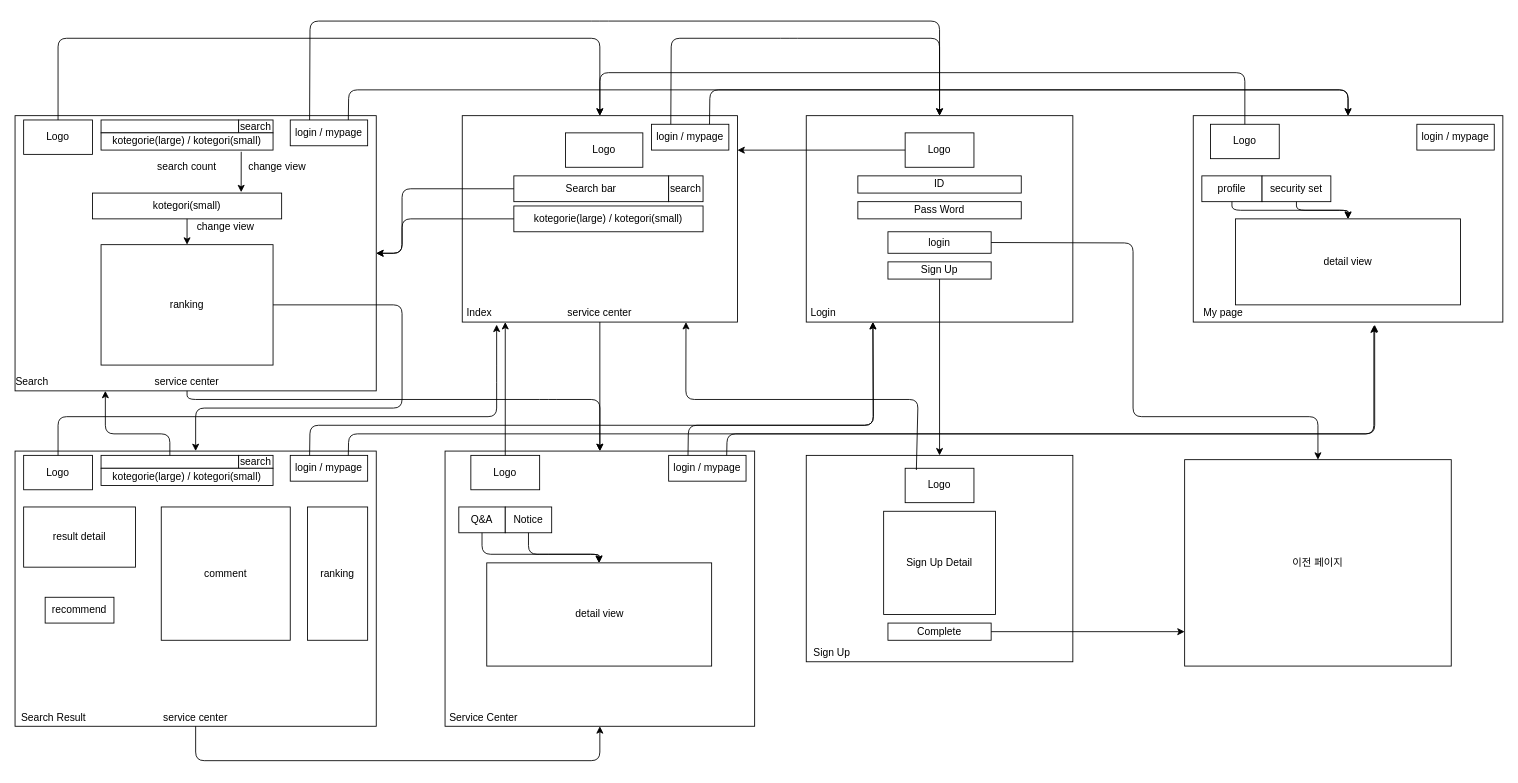
This is 디자인(설계)명세서/웹페이지구조(A조).drawio from What-The-Pork/meeting-log, a draw.io file, before an edit. Source tidied: cells renumbered, new cells numbered last; positions are measured from the earlier drawing's top-left corner, leaving out a move shared by most shapes. Both pictures are drawn from the tidied source at 86%, with x=0, y=0 at pixel (15, 21).
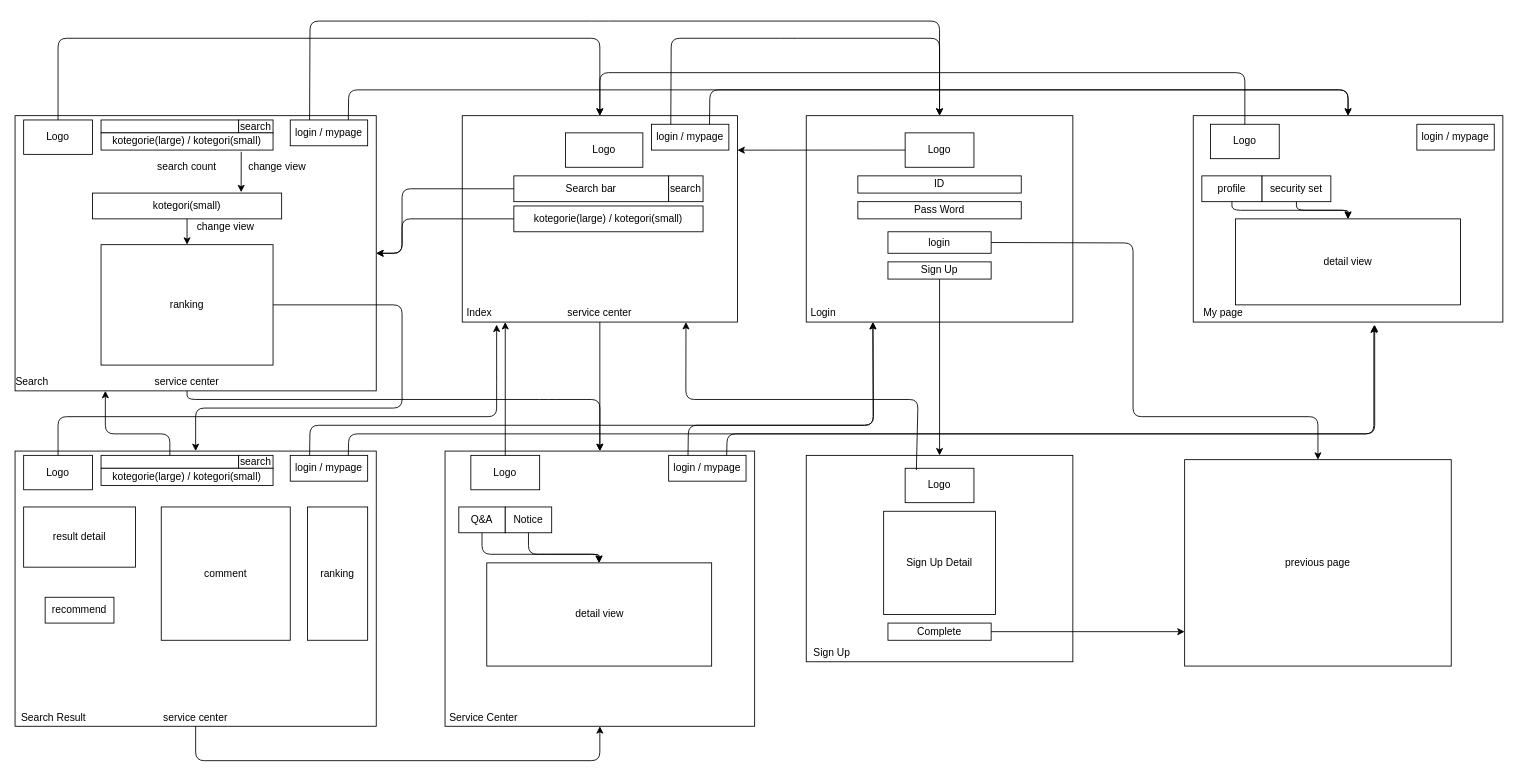
Above is the later version.

What changed in the source:
```diff
@@
-    <mxCell id="69" value="이전 페이지" style="rounded=0;whiteSpace=wrap;html=1;" parent="1" vertex="1">
+    <mxCell id="69" value="previous page" style="rounded=0;whiteSpace=wrap;html=1;" parent="1" vertex="1">
       <mxGeometry x="1360" y="510" width="310" height="240" as="geometry" />
     </mxCell>
```
